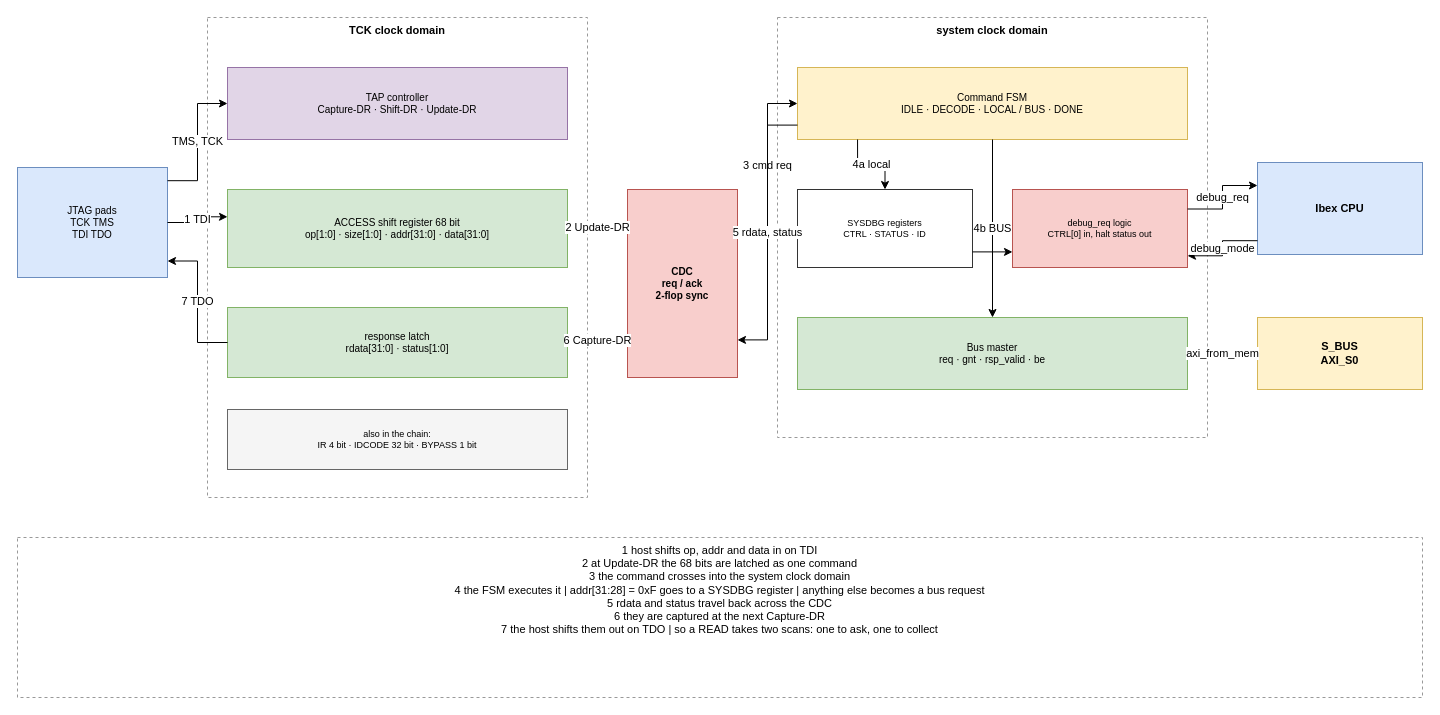
The draw.io diagram page "SYSDBG internal structure" (1 of 5) of doc/drawio/QNSC_SYSDBG_Design.drawio in quynhonsemiconductor/vlsi_deep_training, before the edit. Source tidied: cells renumbered, new cells numbered last; positions are measured from the earlier drawing's top-left corner, leaving out a move shared by most shapes. Both pictures are drawn from the tidied source at 100%, with x=0, y=0 at pixel (17, 17).
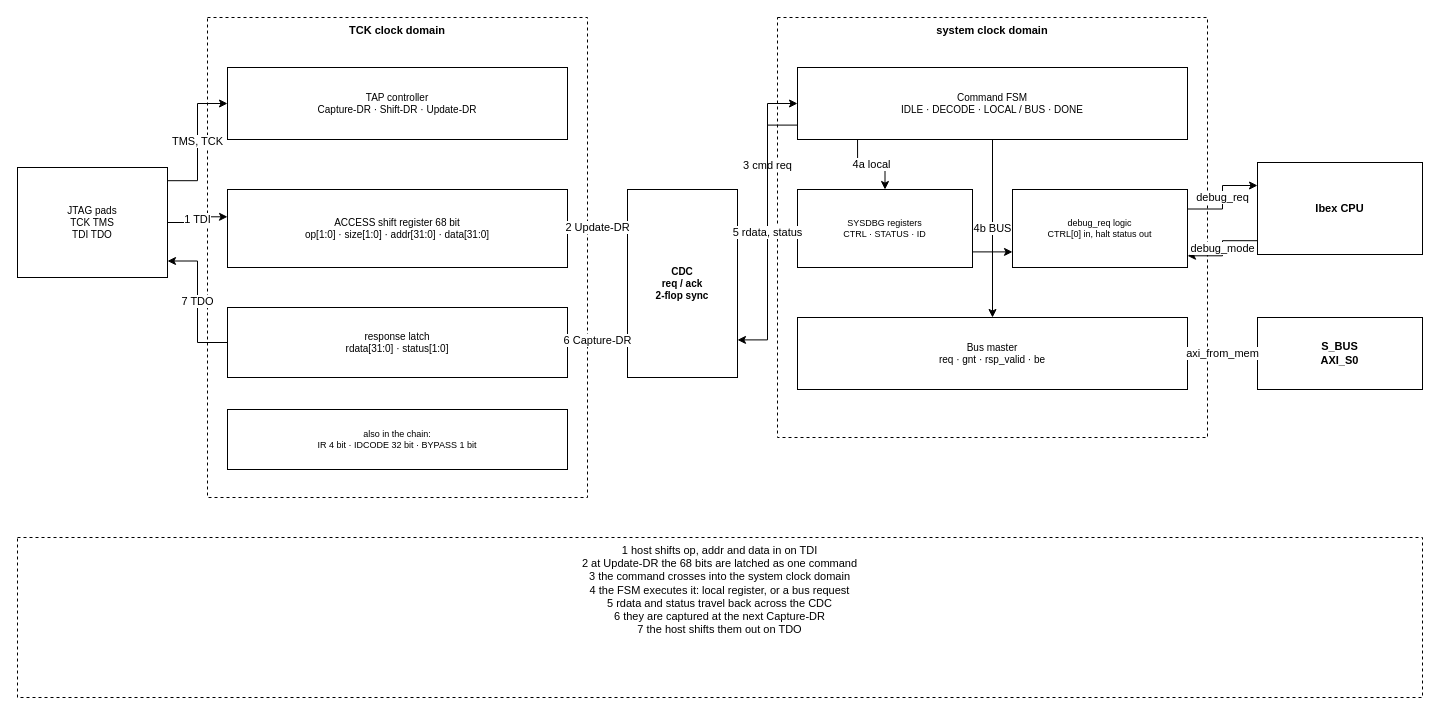
After the change.

What changed in the source:
```diff
@@
-    <mxCell id="2" value="JTAG pads&#10;TCK  TMS&#10;TDI  TDO" style="rounded=0;whiteSpace=wrap;html=1;fillColor=#dae8fc;strokeColor=#6c8ebf;fontSize=10;dashed=0;verticalAlign=middle;" parent="1" vertex="1">
+    <mxCell id="2" value="JTAG pads&#10;TCK  TMS&#10;TDI  TDO" style="rounded=0;whiteSpace=wrap;html=1;fillColor=#ffffff;strokeColor=#000000;fontSize=10;dashed=0;verticalAlign=middle;" parent="1" vertex="1">
       <mxGeometry y="150" width="150" height="110" as="geometry" />
     </mxCell>
-    <mxCell id="3" value="TCK clock domain" style="rounded=0;whiteSpace=wrap;html=1;fillColor=none;strokeColor=#999999;fontSize=11;dashed=1;fontStyle=1;verticalAlign=top;" parent="1" vertex="1">
+    <mxCell id="3" value="TCK clock domain" style="rounded=0;whiteSpace=wrap;html=1;fillColor=none;strokeColor=#000000;fontSize=11;dashed=1;fontStyle=1;verticalAlign=top;" parent="1" vertex="1">
       <mxGeometry x="190" width="380" height="480" as="geometry" />
     </mxCell>
-    <mxCell id="4" value="TAP controller&#10;Capture-DR · Shift-DR · Update-DR" style="rounded=0;whiteSpace=wrap;html=1;fillColor=#e1d5e7;strokeColor=#9673a6;fontSize=10;dashed=0;verticalAlign=middle;" parent="1" vertex="1">
+    <mxCell id="4" value="TAP controller&#10;Capture-DR · Shift-DR · Update-DR" style="rounded=0;whiteSpace=wrap;html=1;fillColor=#ffffff;strokeColor=#000000;fontSize=10;dashed=0;verticalAlign=middle;" parent="1" vertex="1">
       <mxGeometry x="210" y="50" width="340" height="72" as="geometry" />
     </mxCell>
-    <mxCell id="5" value="ACCESS shift register  68 bit&#10;op[1:0] · size[1:0] · addr[31:0] · data[31:0]" style="rounded=0;whiteSpace=wrap;html=1;fillColor=#d5e8d4;strokeColor=#82b366;fontSize=10;dashed=0;verticalAlign=middle;" parent="1" vertex="1">
+    <mxCell id="5" value="ACCESS shift register  68 bit&#10;op[1:0] · size[1:0] · addr[31:0] · data[31:0]" style="rounded=0;whiteSpace=wrap;html=1;fillColor=#ffffff;strokeColor=#000000;fontSize=10;dashed=0;verticalAlign=middle;" parent="1" vertex="1">
       <mxGeometry x="210" y="172" width="340" height="78" as="geometry" />
     </mxCell>
-    <mxCell id="6" value="response latch&#10;rdata[31:0] · status[1:0]" style="rounded=0;whiteSpace=wrap;html=1;fillColor=#d5e8d4;strokeColor=#82b366;fontSize=10;dashed=0;verticalAlign=middle;" parent="1" vertex="1">
+    <mxCell id="6" value="response latch&#10;rdata[31:0] · status[1:0]" style="rounded=0;whiteSpace=wrap;html=1;fillColor=#ffffff;strokeColor=#000000;fontSize=10;dashed=0;verticalAlign=middle;" parent="1" vertex="1">
       <mxGeometry x="210" y="290" width="340" height="70" as="geometry" />
     </mxCell>
-    <mxCell id="7" value="also in the chain:&#10;IR 4 bit · IDCODE 32 bit · BYPASS 1 bit" style="rounded=0;whiteSpace=wrap;html=1;fillColor=#f5f5f5;strokeColor=#666666;fontSize=9;dashed=0;verticalAlign=middle;" parent="1" vertex="1">
+    <mxCell id="7" value="also in the chain:&#10;IR 4 bit · IDCODE 32 bit · BYPASS 1 bit" style="rounded=0;whiteSpace=wrap;html=1;fillColor=#ffffff;strokeColor=#000000;fontSize=9;dashed=0;verticalAlign=middle;" parent="1" vertex="1">
       <mxGeometry x="210" y="392" width="340" height="60" as="geometry" />
     </mxCell>
-    <mxCell id="8" value="CDC&#10;req / ack&#10;2-flop sync" style="rounded=0;whiteSpace=wrap;html=1;fillColor=#f8cecc;strokeColor=#b85450;fontSize=10;dashed=0;fontStyle=1;verticalAlign=middle;" parent="1" vertex="1">
+    <mxCell id="8" value="CDC&#10;req / ack&#10;2-flop sync" style="rounded=0;whiteSpace=wrap;html=1;fillColor=#ffffff;strokeColor=#000000;fontSize=10;dashed=0;fontStyle=1;verticalAlign=middle;" parent="1" vertex="1">
       <mxGeometry x="610" y="172" width="110" height="188" as="geometry" />
     </mxCell>
-    <mxCell id="9" value="system clock domain" style="rounded=0;whiteSpace=wrap;html=1;fillColor=none;strokeColor=#999999;fontSize=11;dashed=1;fontStyle=1;verticalAlign=top;" parent="1" vertex="1">
+    <mxCell id="9" value="system clock domain" style="rounded=0;whiteSpace=wrap;html=1;fillColor=none;strokeColor=#000000;fontSize=11;dashed=1;fontStyle=1;verticalAlign=top;" parent="1" vertex="1">
       <mxGeometry x="760" width="430" height="420" as="geometry" />
     </mxCell>
-    <mxCell id="10" value="Command FSM&#10;IDLE · DECODE · LOCAL / BUS · DONE" style="rounded=0;whiteSpace=wrap;html=1;fillColor=#fff2cc;strokeColor=#d6b656;fontSize=10;dashed=0;verticalAlign=middle;" parent="1" vertex="1">
+    <mxCell id="10" value="Command FSM&#10;IDLE · DECODE · LOCAL / BUS · DONE" style="rounded=0;whiteSpace=wrap;html=1;fillColor=#ffffff;strokeColor=#000000;fontSize=10;dashed=0;verticalAlign=middle;" parent="1" vertex="1">
       <mxGeometry x="780" y="50" width="390" height="72" as="geometry" />
     </mxCell>
-    <mxCell id="11" value="SYSDBG registers&#10;CTRL · STATUS · ID" style="rounded=0;whiteSpace=wrap;html=1;fillColor=#ffffff;strokeColor=#333333;fontSize=9;dashed=0;verticalAlign=middle;" parent="1" vertex="1">
+    <mxCell id="11" value="SYSDBG registers&#10;CTRL · STATUS · ID" style="rounded=0;whiteSpace=wrap;html=1;fillColor=#ffffff;strokeColor=#000000;fontSize=9;dashed=0;verticalAlign=middle;" parent="1" vertex="1">
       <mxGeometry x="780" y="172" width="175" height="78" as="geometry" />
     </mxCell>
-    <mxCell id="12" value="debug_req logic&#10;CTRL[0] in, halt status out" style="rounded=0;whiteSpace=wrap;html=1;fillColor=#f8cecc;strokeColor=#b85450;fontSize=9;dashed=0;verticalAlign=middle;" parent="1" vertex="1">
+    <mxCell id="12" value="debug_req logic&#10;CTRL[0] in, halt status out" style="rounded=0;whiteSpace=wrap;html=1;fillColor=#ffffff;strokeColor=#000000;fontSize=9;dashed=0;verticalAlign=middle;" parent="1" vertex="1">
       <mxGeometry x="995" y="172" width="175" height="78" as="geometry" />
     </mxCell>
-    <mxCell id="13" value="Bus master&#10;req · gnt · rsp_valid · be" style="rounded=0;whiteSpace=wrap;html=1;fillColor=#d5e8d4;strokeColor=#82b366;fontSize=10;dashed=0;verticalAlign=middle;" parent="1" vertex="1">
+    <mxCell id="13" value="Bus master&#10;req · gnt · rsp_valid · be" style="rounded=0;whiteSpace=wrap;html=1;fillColor=#ffffff;strokeColor=#000000;fontSize=10;dashed=0;verticalAlign=middle;" parent="1" vertex="1">
       <mxGeometry x="780" y="300" width="390" height="72" as="geometry" />
     </mxCell>
-    <mxCell id="14" value="Ibex CPU" style="rounded=0;whiteSpace=wrap;html=1;fillColor=#dae8fc;strokeColor=#6c8ebf;fontSize=11;dashed=0;fontStyle=1;verticalAlign=middle;" parent="1" vertex="1">
+    <mxCell id="14" value="Ibex CPU" style="rounded=0;whiteSpace=wrap;html=1;fillColor=#ffffff;strokeColor=#000000;fontSize=11;dashed=0;fontStyle=1;verticalAlign=middle;" parent="1" vertex="1">
       <mxGeometry x="1240" y="145" width="165" height="92" as="geometry" />
     </mxCell>
-    <mxCell id="15" value="S_BUS&#10;AXI_S0" style="rounded=0;whiteSpace=wrap;html=1;fillColor=#fff2cc;strokeColor=#d6b656;fontSize=11;dashed=0;fontStyle=1;verticalAlign=middle;" parent="1" vertex="1">
+    <mxCell id="15" value="S_BUS&#10;AXI_S0" style="rounded=0;whiteSpace=wrap;html=1;fillColor=#ffffff;strokeColor=#000000;fontSize=11;dashed=0;fontStyle=1;verticalAlign=middle;" parent="1" vertex="1">
       <mxGeometry x="1240" y="300" width="165" height="72" as="geometry" />
     </mxCell>
-    <mxCell id="16" value="1  host shifts op, addr and data in on TDI&#10;2  at Update-DR the 68 bits are latched as one command&#10;3  the command crosses into the system clock domain&#10;4  the FSM executes it  |  addr[31:28] = 0xF goes to a SYSDBG register  |  anything else becomes a bus request&#10;5  rdata and status travel back across the CDC&#10;6  they are captured at the next Capture-DR&#10;7  the host shifts them out on TDO  |  so a READ takes two scans: one to ask, one to collect" style="rounded=0;whiteSpace=wrap;html=1;fillColor=none;strokeColor=#999999;fontSize=11;dashed=1;verticalAlign=top;" parent="1" vertex="1">
+    <mxCell id="16" value="1  host shifts op, addr and data in on TDI&#10;2  at Update-DR the 68 bits are latched as one command&#10;3  the command crosses into the system clock domain&#10;4  the FSM executes it: local register, or a bus request&#10;5  rdata and status travel back across the CDC&#10;6  they are captured at the next Capture-DR&#10;7  the host shifts them out on TDO" style="rounded=0;whiteSpace=wrap;html=1;fillColor=none;strokeColor=#000000;fontSize=11;dashed=1;verticalAlign=top;" parent="1" vertex="1">
       <mxGeometry y="520" width="1405" height="160" as="geometry" />
     </mxCell>
```
